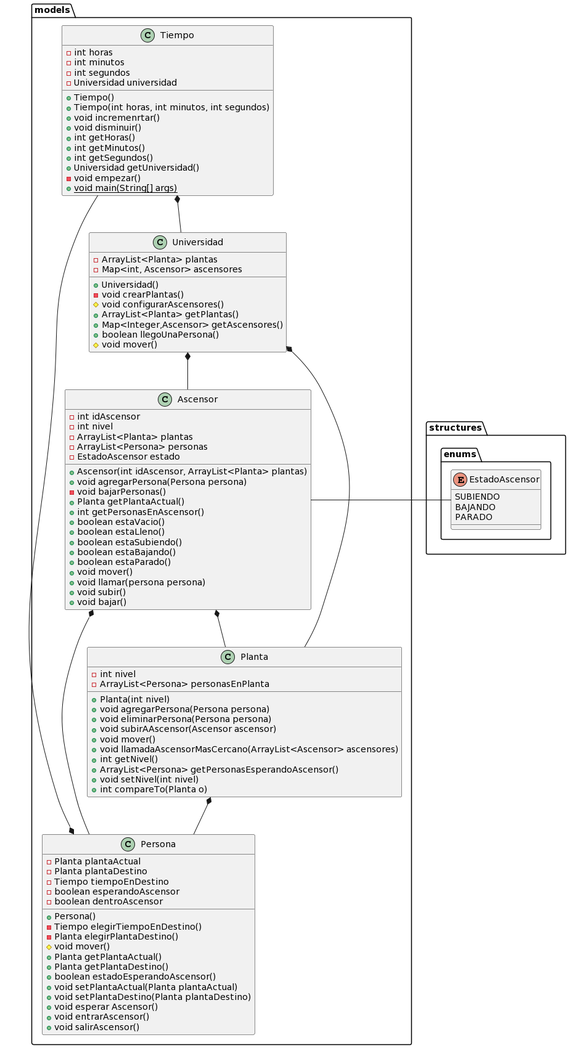
Before: entregas/Grupo4/ModeloDelDominio/images/diagramaDeClases.png, a diagram exported from PlantUML (mmasias/IdSw2-22-23).
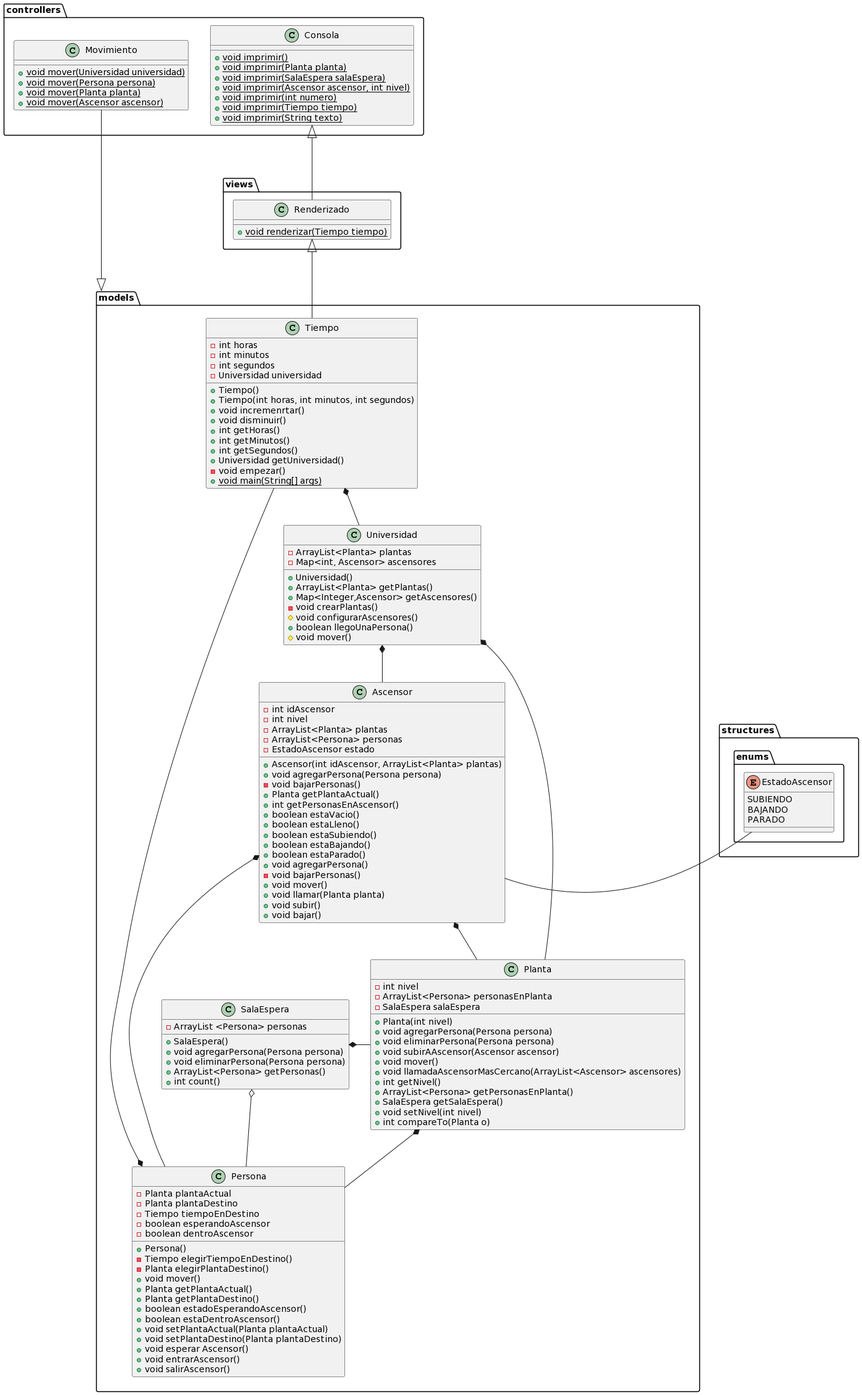
Later version of the same file.

Diff of the diagram source:
```diff
@@ -8,10 +8,11 @@
     + Persona()
     - Tiempo elegirTiempoEnDestino()
     - Planta elegirPlantaDestino()
-    # void mover()
+    + void mover()
     + Planta getPlantaActual()
     + Planta getPlantaDestino()
     + boolean estadoEsperandoAscensor()
+    + boolean estaDentroAscensor()
     + void setPlantaActual(Planta plantaActual)
     + void setPlantaDestino(Planta plantaDestino)
     + void esperar Ascensor()
@@ -47,6 +48,7 @@
 class "models.Planta" {
     - int nivel
     - ArrayList<Persona> personasEnPlanta
+    - SalaEspera salaEspera
     + Planta(int nivel)
     + void agregarPersona(Persona persona)
     + void eliminarPersona(Persona persona)
@@ -54,7 +56,8 @@
     + void mover()
     + void llamadaAscensorMasCercano(ArrayList<Ascensor> ascensores)
     + int getNivel()
-    + ArrayList<Persona> getPersonasEsperandoAscensor()
+    + ArrayList<Persona> getPersonasEnPlanta()
+    + SalaEspera getSalaEspera()
     + void setNivel(int nivel)
     + int compareTo(Planta o)
 
@@ -77,8 +80,10 @@
     + boolean estaSubiendo()
     + boolean estaBajando()
     + boolean estaParado()
+    + void agregarPersona()
+    - void bajarPersonas()
     + void mover()
-    + void llamar(persona persona)
+    + void llamar(Planta planta)
     + void subir()
     + void bajar()
 }
@@ -88,12 +93,42 @@
     - ArrayList<Planta> plantas
     - Map<int, Ascensor> ascensores
     + Universidad()
+    + ArrayList<Planta> getPlantas()
+    + Map<Integer,Ascensor> getAscensores()
     - void crearPlantas()
     # void configurarAscensores()
-    + ArrayList<Planta> getPlantas()
-    + Map<Integer,Ascensor> getAscensores()
     + boolean llegoUnaPersona()
     # void mover()
+}
+
+class "models.SalaEspera" {
+    - ArrayList <Persona> personas
+    + SalaEspera()
+    + void agregarPersona(Persona persona)
+    + void eliminarPersona(Persona persona)
+    + ArrayList<Persona> getPersonas()
+    + int count()
+}
+
+class "controllers.Consola" {
+    + {static} void imprimir()
+    + {static} void imprimir(Planta planta)
+    + {static} void imprimir(SalaEspera salaEspera)
+    + {static} void imprimir(Ascensor ascensor, int nivel)
+    + {static} void imprimir(int numero)
+    + {static} void imprimir(Tiempo tiempo)
+    + {static} void imprimir(String texto)
+}
+
+class "controllers.Movimiento" {
+    + {static} void mover(Universidad universidad)
+    + {static} void mover(Persona persona)
+    + {static} void mover(Planta planta)
+    + {static} void mover(Ascensor ascensor)
+}
+
+class "views.Renderizado" {
+    + {static} void renderizar(Tiempo tiempo)
 }
 
 Ascensor *--d Persona
@@ -104,4 +139,11 @@
 Planta *--d Persona
 Persona *---u Tiempo
 Tiempo *--d Universidad
+SalaEspera *--r Planta
+SalaEspera o--d Persona
+Consola <|--- Renderizado
+
+Movimiento ---r|> models
+
+Renderizado <|--- Tiempo
 @enduml
```
